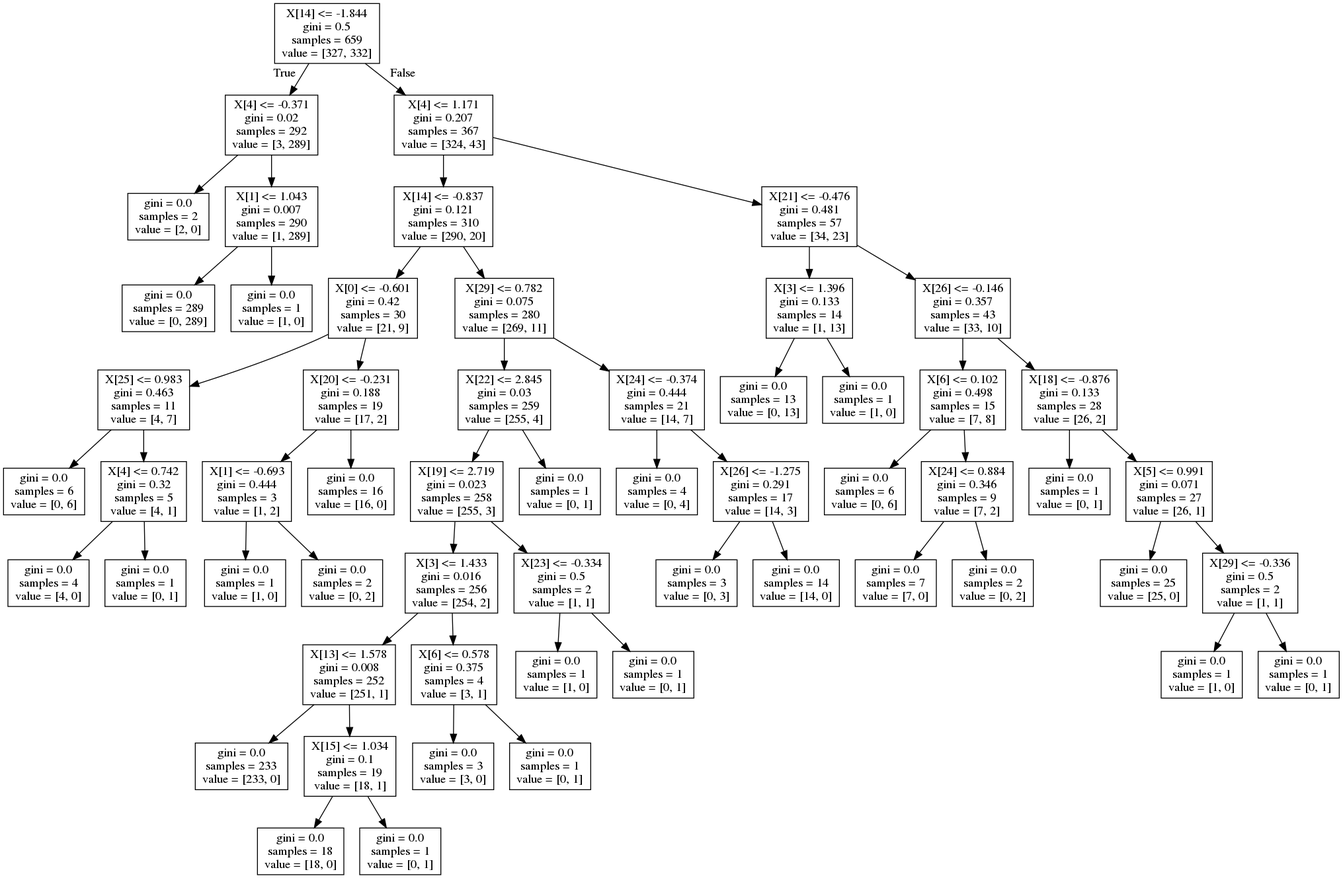
Before: tree.png, a diagram exported from Graphviz (michaesb/machien_learning_3). Its source is kept beside it as tree.dot.
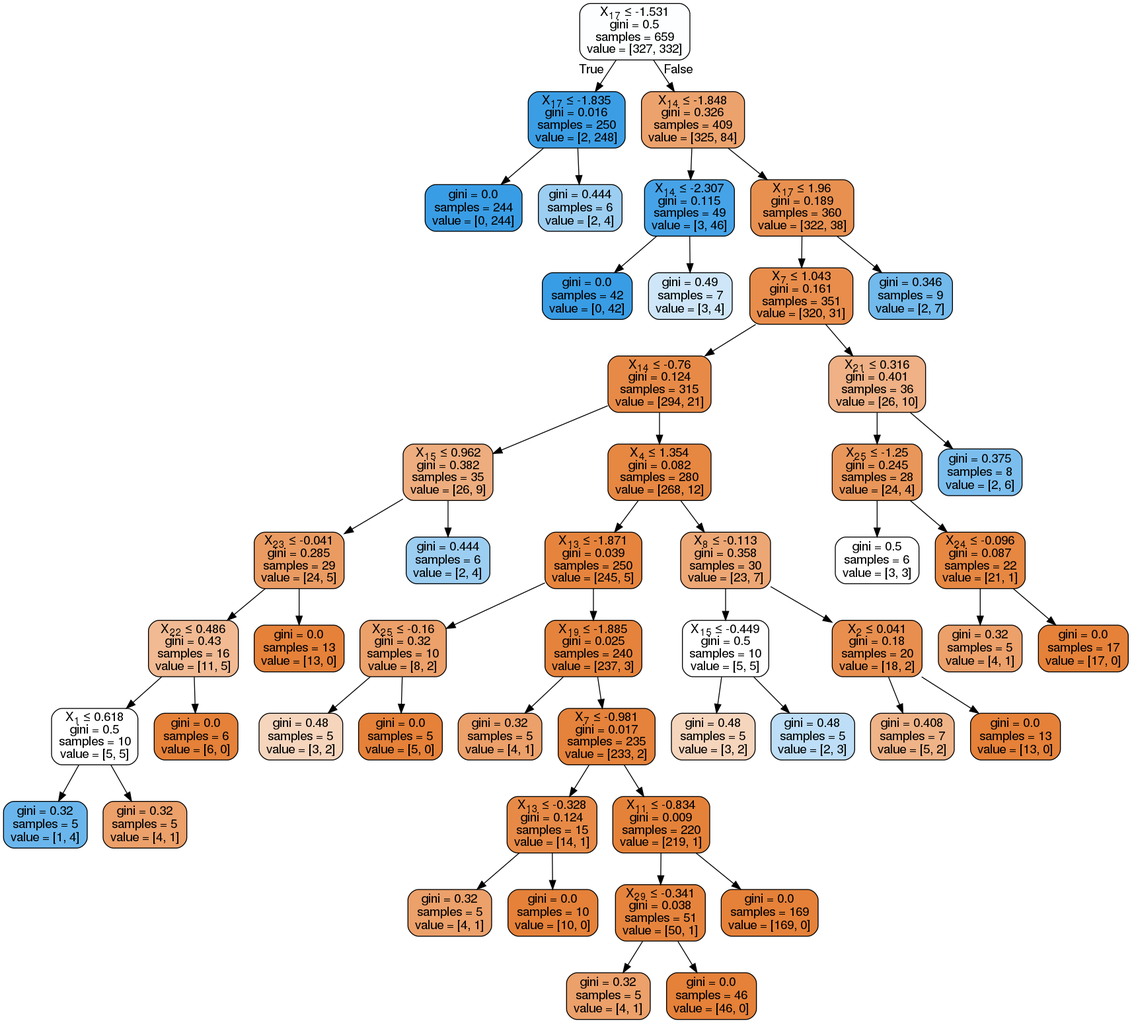
The same file after the commit.

The edit, as a diff of the source:
```diff
@@ -1,116 +1,148 @@
 digraph Tree {
 node [shape=box] ;
-0 [label="X[14] <= -1.844\ngini = 0.5\nsamples = 659\nvalue = [327, 332]"] ;
-1 [label="X[4] <= -0.371\ngini = 0.02\nsamples = 292\nvalue = [3, 289]"] ;
+0 [label="X[17] <= -1.835\nentropy = 1.0\nsamples = 659\nvalue = [327, 332]"] ;
+1 [label="entropy = 0.0\nsamples = 244\nvalue = [0, 244]"] ;
 0 -> 1 [labeldistance=2.5, labelangle=45, headlabel="True"] ;
-2 [label="gini = 0.0\nsamples = 2\nvalue = [2, 0]"] ;
-1 -> 2 ;
-3 [label="X[1] <= 1.043\ngini = 0.007\nsamples = 290\nvalue = [1, 289]"] ;
-1 -> 3 ;
-4 [label="gini = 0.0\nsamples = 289\nvalue = [0, 289]"] ;
+2 [label="X[17] <= 1.96\nentropy = 0.745\nsamples = 415\nvalue = [327, 88]"] ;
+0 -> 2 [labeldistance=2.5, labelangle=-45, headlabel="False"] ;
+3 [label="X[14] <= -2.342\nentropy = 0.624\nsamples = 385\nvalue = [325, 60]"] ;
+2 -> 3 ;
+4 [label="entropy = 0.0\nsamples = 26\nvalue = [0, 26]"] ;
 3 -> 4 ;
-5 [label="gini = 0.0\nsamples = 1\nvalue = [1, 0]"] ;
+5 [label="X[14] <= -0.76\nentropy = 0.452\nsamples = 359\nvalue = [325, 34]"] ;
 3 -> 5 ;
-6 [label="X[4] <= 1.171\ngini = 0.207\nsamples = 367\nvalue = [324, 43]"] ;
-0 -> 6 [labeldistance=2.5, labelangle=-45, headlabel="False"] ;
-7 [label="X[14] <= -0.837\ngini = 0.121\nsamples = 310\nvalue = [290, 20]"] ;
+6 [label="X[11] <= -0.808\nentropy = 0.876\nsamples = 44\nvalue = [31, 13]"] ;
+5 -> 6 ;
+7 [label="entropy = 0.0\nsamples = 9\nvalue = [9, 0]"] ;
 6 -> 7 ;
-8 [label="X[0] <= -0.601\ngini = 0.42\nsamples = 30\nvalue = [21, 9]"] ;
-7 -> 8 ;
-9 [label="X[25] <= 0.983\ngini = 0.463\nsamples = 11\nvalue = [4, 7]"] ;
+8 [label="X[13] <= -0.165\nentropy = 0.952\nsamples = 35\nvalue = [22, 13]"] ;
+6 -> 8 ;
+9 [label="X[9] <= -0.181\nentropy = 0.991\nsamples = 18\nvalue = [8, 10]"] ;
 8 -> 9 ;
-10 [label="gini = 0.0\nsamples = 6\nvalue = [0, 6]"] ;
+10 [label="entropy = 0.0\nsamples = 7\nvalue = [0, 7]"] ;
 9 -> 10 ;
-11 [label="X[4] <= 0.742\ngini = 0.32\nsamples = 5\nvalue = [4, 1]"] ;
+11 [label="X[15] <= 1.455\nentropy = 0.845\nsamples = 11\nvalue = [8, 3]"] ;
 9 -> 11 ;
-12 [label="gini = 0.0\nsamples = 4\nvalue = [4, 0]"] ;
+12 [label="X[9] <= -0.092\nentropy = 0.503\nsamples = 9\nvalue = [8, 1]"] ;
 11 -> 12 ;
-13 [label="gini = 0.0\nsamples = 1\nvalue = [0, 1]"] ;
-11 -> 13 ;
-14 [label="X[20] <= -0.231\ngini = 0.188\nsamples = 19\nvalue = [17, 2]"] ;
-8 -> 14 ;
-15 [label="X[1] <= -0.693\ngini = 0.444\nsamples = 3\nvalue = [1, 2]"] ;
-14 -> 15 ;
-16 [label="gini = 0.0\nsamples = 1\nvalue = [1, 0]"] ;
-15 -> 16 ;
-17 [label="gini = 0.0\nsamples = 2\nvalue = [0, 2]"] ;
-15 -> 17 ;
-18 [label="gini = 0.0\nsamples = 16\nvalue = [16, 0]"] ;
-14 -> 18 ;
-19 [label="X[29] <= 0.782\ngini = 0.075\nsamples = 280\nvalue = [269, 11]"] ;
-7 -> 19 ;
-20 [label="X[22] <= 2.845\ngini = 0.03\nsamples = 259\nvalue = [255, 4]"] ;
-19 -> 20 ;
-21 [label="X[19] <= 2.719\ngini = 0.023\nsamples = 258\nvalue = [255, 3]"] ;
+13 [label="X[2] <= 0.401\nentropy = 1.0\nsamples = 2\nvalue = [1, 1]"] ;
+12 -> 13 ;
+14 [label="entropy = 0.0\nsamples = 1\nvalue = [0, 1]"] ;
+13 -> 14 ;
+15 [label="entropy = 0.0\nsamples = 1\nvalue = [1, 0]"] ;
+13 -> 15 ;
+16 [label="entropy = 0.0\nsamples = 7\nvalue = [7, 0]"] ;
+12 -> 16 ;
+17 [label="entropy = 0.0\nsamples = 2\nvalue = [0, 2]"] ;
+11 -> 17 ;
+18 [label="X[12] <= 0.483\nentropy = 0.672\nsamples = 17\nvalue = [14, 3]"] ;
+8 -> 18 ;
+19 [label="entropy = 0.0\nsamples = 8\nvalue = [8, 0]"] ;
+18 -> 19 ;
+20 [label="X[12] <= 0.735\nentropy = 0.918\nsamples = 9\nvalue = [6, 3]"] ;
+18 -> 20 ;
+21 [label="entropy = 0.0\nsamples = 2\nvalue = [0, 2]"] ;
 20 -> 21 ;
-22 [label="X[3] <= 1.433\ngini = 0.016\nsamples = 256\nvalue = [254, 2]"] ;
-21 -> 22 ;
-23 [label="X[13] <= 1.578\ngini = 0.008\nsamples = 252\nvalue = [251, 1]"] ;
+22 [label="X[17] <= -0.228\nentropy = 0.592\nsamples = 7\nvalue = [6, 1]"] ;
+20 -> 22 ;
+23 [label="entropy = 0.0\nsamples = 1\nvalue = [0, 1]"] ;
 22 -> 23 ;
-24 [label="gini = 0.0\nsamples = 233\nvalue = [233, 0]"] ;
-23 -> 24 ;
-25 [label="X[15] <= 1.034\ngini = 0.1\nsamples = 19\nvalue = [18, 1]"] ;
-23 -> 25 ;
-26 [label="gini = 0.0\nsamples = 18\nvalue = [18, 0]"] ;
+24 [label="entropy = 0.0\nsamples = 6\nvalue = [6, 0]"] ;
+22 -> 24 ;
+25 [label="X[20] <= 0.816\nentropy = 0.353\nsamples = 315\nvalue = [294, 21]"] ;
+5 -> 25 ;
+26 [label="X[19] <= -1.824\nentropy = 0.262\nsamples = 293\nvalue = [280, 13]"] ;
 25 -> 26 ;
-27 [label="gini = 0.0\nsamples = 1\nvalue = [0, 1]"] ;
-25 -> 27 ;
-28 [label="X[6] <= 0.578\ngini = 0.375\nsamples = 4\nvalue = [3, 1]"] ;
-22 -> 28 ;
-29 [label="gini = 0.0\nsamples = 3\nvalue = [3, 0]"] ;
+27 [label="X[7] <= 1.005\nentropy = 0.9\nsamples = 19\nvalue = [13, 6]"] ;
+26 -> 27 ;
+28 [label="X[3] <= 0.499\nentropy = 0.787\nsamples = 17\nvalue = [13, 4]"] ;
+27 -> 28 ;
+29 [label="X[11] <= 0.206\nentropy = 0.971\nsamples = 10\nvalue = [6, 4]"] ;
 28 -> 29 ;
-30 [label="gini = 0.0\nsamples = 1\nvalue = [0, 1]"] ;
-28 -> 30 ;
-31 [label="X[23] <= -0.334\ngini = 0.5\nsamples = 2\nvalue = [1, 1]"] ;
-21 -> 31 ;
-32 [label="gini = 0.0\nsamples = 1\nvalue = [1, 0]"] ;
+30 [label="X[21] <= -0.117\nentropy = 0.811\nsamples = 8\nvalue = [6, 2]"] ;
+29 -> 30 ;
+31 [label="X[18] <= -0.413\nentropy = 0.918\nsamples = 3\nvalue = [1, 2]"] ;
+30 -> 31 ;
+32 [label="entropy = 0.0\nsamples = 1\nvalue = [1, 0]"] ;
 31 -> 32 ;
-33 [label="gini = 0.0\nsamples = 1\nvalue = [0, 1]"] ;
+33 [label="entropy = 0.0\nsamples = 2\nvalue = [0, 2]"] ;
 31 -> 33 ;
-34 [label="gini = 0.0\nsamples = 1\nvalue = [0, 1]"] ;
-20 -> 34 ;
-35 [label="X[24] <= -0.374\ngini = 0.444\nsamples = 21\nvalue = [14, 7]"] ;
-19 -> 35 ;
-36 [label="gini = 0.0\nsamples = 4\nvalue = [0, 4]"] ;
-35 -> 36 ;
-37 [label="X[26] <= -1.275\ngini = 0.291\nsamples = 17\nvalue = [14, 3]"] ;
-35 -> 37 ;
-38 [label="gini = 0.0\nsamples = 3\nvalue = [0, 3]"] ;
-37 -> 38 ;
-39 [label="gini = 0.0\nsamples = 14\nvalue = [14, 0]"] ;
-37 -> 39 ;
-40 [label="X[21] <= -0.476\ngini = 0.481\nsamples = 57\nvalue = [34, 23]"] ;
-6 -> 40 ;
-41 [label="X[3] <= 1.396\ngini = 0.133\nsamples = 14\nvalue = [1, 13]"] ;
-40 -> 41 ;
-42 [label="gini = 0.0\nsamples = 13\nvalue = [0, 13]"] ;
+34 [label="entropy = 0.0\nsamples = 5\nvalue = [5, 0]"] ;
+30 -> 34 ;
+35 [label="entropy = 0.0\nsamples = 2\nvalue = [0, 2]"] ;
+29 -> 35 ;
+36 [label="entropy = 0.0\nsamples = 7\nvalue = [7, 0]"] ;
+28 -> 36 ;
+37 [label="entropy = 0.0\nsamples = 2\nvalue = [0, 2]"] ;
+27 -> 37 ;
+38 [label="X[20] <= -1.306\nentropy = 0.172\nsamples = 274\nvalue = [267, 7]"] ;
+26 -> 38 ;
+39 [label="X[22] <= 0.218\nentropy = 0.918\nsamples = 9\nvalue = [6, 3]"] ;
+38 -> 39 ;
+40 [label="entropy = 0.0\nsamples = 5\nvalue = [5, 0]"] ;
+39 -> 40 ;
+41 [label="X[21] <= -0.803\nentropy = 0.811\nsamples = 4\nvalue = [1, 3]"] ;
+39 -> 41 ;
+42 [label="entropy = 0.0\nsamples = 1\nvalue = [1, 0]"] ;
 41 -> 42 ;
-43 [label="gini = 0.0\nsamples = 1\nvalue = [1, 0]"] ;
+43 [label="entropy = 0.0\nsamples = 3\nvalue = [0, 3]"] ;
 41 -> 43 ;
-44 [label="X[26] <= -0.146\ngini = 0.357\nsamples = 43\nvalue = [33, 10]"] ;
-40 -> 44 ;
-45 [label="X[6] <= 0.102\ngini = 0.498\nsamples = 15\nvalue = [7, 8]"] ;
+44 [label="X[7] <= 1.55\nentropy = 0.113\nsamples = 265\nvalue = [261, 4]"] ;
+38 -> 44 ;
+45 [label="X[28] <= -1.074\nentropy = 0.066\nsamples = 257\nvalue = [255, 2]"] ;
 44 -> 45 ;
-46 [label="gini = 0.0\nsamples = 6\nvalue = [0, 6]"] ;
+46 [label="X[26] <= -0.28\nentropy = 0.722\nsamples = 5\nvalue = [4, 1]"] ;
 45 -> 46 ;
-47 [label="X[24] <= 0.884\ngini = 0.346\nsamples = 9\nvalue = [7, 2]"] ;
-45 -> 47 ;
-48 [label="gini = 0.0\nsamples = 7\nvalue = [7, 0]"] ;
-47 -> 48 ;
-49 [label="gini = 0.0\nsamples = 2\nvalue = [0, 2]"] ;
-47 -> 49 ;
-50 [label="X[18] <= -0.876\ngini = 0.133\nsamples = 28\nvalue = [26, 2]"] ;
-44 -> 50 ;
-51 [label="gini = 0.0\nsamples = 1\nvalue = [0, 1]"] ;
+47 [label="entropy = 0.0\nsamples = 1\nvalue = [0, 1]"] ;
+46 -> 47 ;
+48 [label="entropy = 0.0\nsamples = 4\nvalue = [4, 0]"] ;
+46 -> 48 ;
+49 [label="X[17] <= -1.014\nentropy = 0.037\nsamples = 252\nvalue = [251, 1]"] ;
+45 -> 49 ;
+50 [label="X[17] <= -1.023\nentropy = 0.235\nsamples = 26\nvalue = [25, 1]"] ;
+49 -> 50 ;
+51 [label="entropy = 0.0\nsamples = 25\nvalue = [25, 0]"] ;
 50 -> 51 ;
-52 [label="X[5] <= 0.991\ngini = 0.071\nsamples = 27\nvalue = [26, 1]"] ;
+52 [label="entropy = 0.0\nsamples = 1\nvalue = [0, 1]"] ;
 50 -> 52 ;
-53 [label="gini = 0.0\nsamples = 25\nvalue = [25, 0]"] ;
-52 -> 53 ;
-54 [label="X[29] <= -0.336\ngini = 0.5\nsamples = 2\nvalue = [1, 1]"] ;
-52 -> 54 ;
-55 [label="gini = 0.0\nsamples = 1\nvalue = [1, 0]"] ;
+53 [label="entropy = 0.0\nsamples = 226\nvalue = [226, 0]"] ;
+49 -> 53 ;
+54 [label="X[8] <= -0.35\nentropy = 0.811\nsamples = 8\nvalue = [6, 2]"] ;
+44 -> 54 ;
+55 [label="X[13] <= -0.258\nentropy = 1.0\nsamples = 4\nvalue = [2, 2]"] ;
 54 -> 55 ;
-56 [label="gini = 0.0\nsamples = 1\nvalue = [0, 1]"] ;
-54 -> 56 ;
+56 [label="entropy = 0.0\nsamples = 1\nvalue = [0, 1]"] ;
+55 -> 56 ;
+57 [label="X[17] <= -0.045\nentropy = 0.918\nsamples = 3\nvalue = [2, 1]"] ;
+55 -> 57 ;
+58 [label="entropy = 0.0\nsamples = 2\nvalue = [2, 0]"] ;
+57 -> 58 ;
+59 [label="entropy = 0.0\nsamples = 1\nvalue = [0, 1]"] ;
+57 -> 59 ;
+60 [label="entropy = 0.0\nsamples = 4\nvalue = [4, 0]"] ;
+54 -> 60 ;
+61 [label="X[29] <= -0.35\nentropy = 0.946\nsamples = 22\nvalue = [14, 8]"] ;
+25 -> 61 ;
+62 [label="entropy = 0.0\nsamples = 3\nvalue = [0, 3]"] ;
+61 -> 62 ;
+63 [label="X[27] <= -0.131\nentropy = 0.831\nsamples = 19\nvalue = [14, 5]"] ;
+61 -> 63 ;
+64 [label="X[4] <= 1.586\nentropy = 0.991\nsamples = 9\nvalue = [4, 5]"] ;
+63 -> 64 ;
+65 [label="X[15] <= -0.562\nentropy = 0.65\nsamples = 6\nvalue = [1, 5]"] ;
+64 -> 65 ;
+66 [label="entropy = 0.0\nsamples = 1\nvalue = [1, 0]"] ;
+65 -> 66 ;
+67 [label="entropy = 0.0\nsamples = 5\nvalue = [0, 5]"] ;
+65 -> 67 ;
+68 [label="entropy = 0.0\nsamples = 3\nvalue = [3, 0]"] ;
+64 -> 68 ;
+69 [label="entropy = 0.0\nsamples = 10\nvalue = [10, 0]"] ;
+63 -> 69 ;
+70 [label="X[14] <= 0.002\nentropy = 0.353\nsamples = 30\nvalue = [2, 28]"] ;
+2 -> 70 ;
+71 [label="entropy = 0.0\nsamples = 28\nvalue = [0, 28]"] ;
+70 -> 71 ;
+72 [label="entropy = 0.0\nsamples = 2\nvalue = [2, 0]"] ;
+70 -> 72 ;
 }
```
